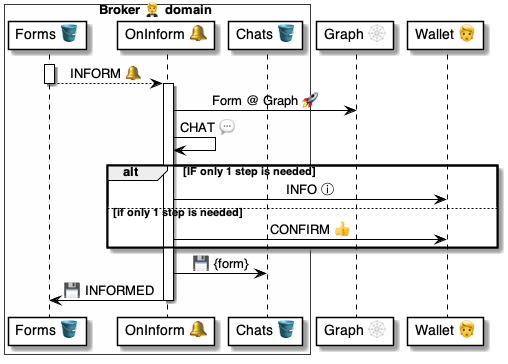
Earlier version of the PlantUML export 4 ⚙️ Solution/20 🧑‍🦰 UI/Brokers 🤵/🤵🪣 Broker tables/Forms 📝 table/🪣🧱 1 Inform 🔔/🤵 OnFormInform ⚙️ uml.png (pollyweb-org/pollyweb-docs). Its source is kept beside it as 4 ⚙️ Solution/20 🧑‍🦰 UI/Brokers 🤵/🤵🪣 Broker tables/Forms 📝 table/🪣🧱 1 Inform 🔔/🤵 OnFormInform ⚙️ uml.puml.
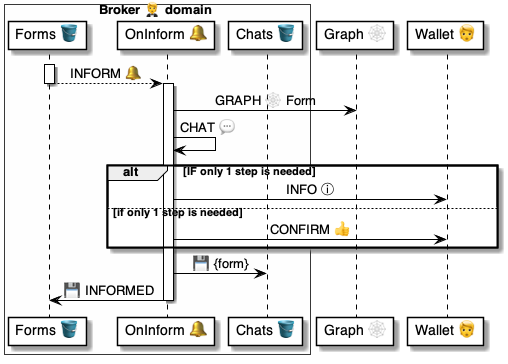
The same file after the commit.

Change to the diagram source:
```diff
@@ -14,7 +14,7 @@
 deactivate table
 
 activate handler
-    handler -> graph: Form @ Graph 🚀
+    handler -> graph: GRAPH 🕸 Form
     handler -> handler: CHAT 💬
 
     alt IF only 1 step is needed
```
